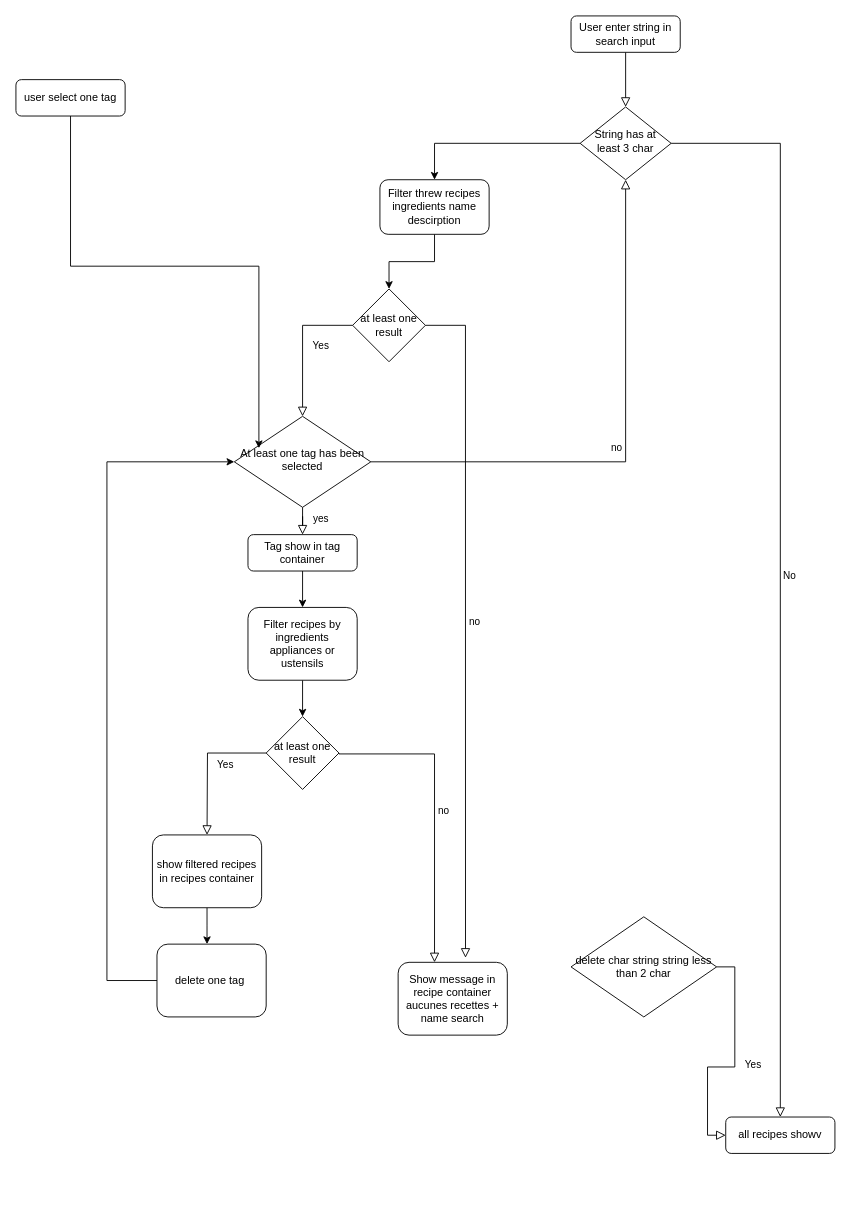
Above: algo.drawio in alexandretoullec/Petits_Plats_P7 (draw.io), before the change. Source tidied: cells renumbered, new cells numbered last; positions are measured from the earlier drawing's top-left corner, leaving out a move shared by most shapes. Both pictures are drawn from the tidied source at 91%, with x=0, y=0 at pixel (15, 15).
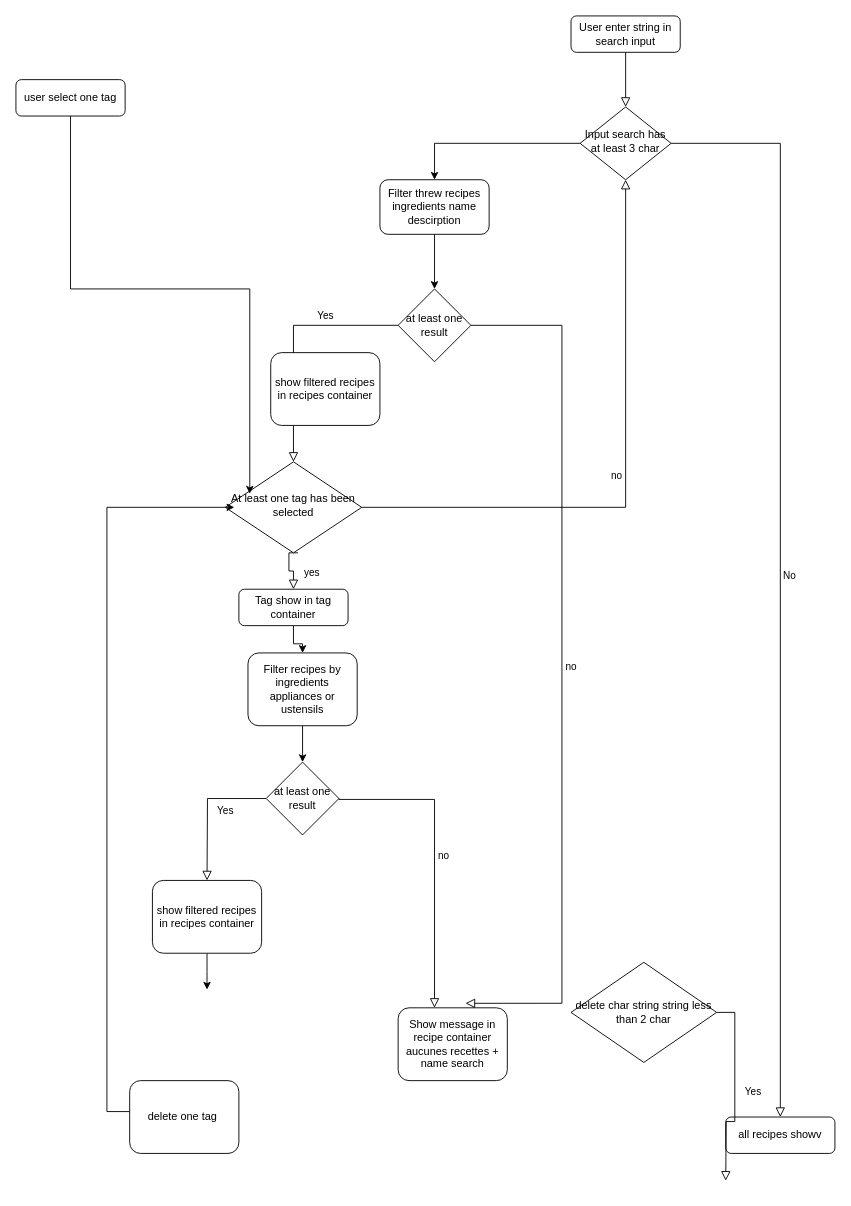
Above is the later version.

Commit message (it also covers changes not shown here):
Mettre à jour algo.drawio

The change refers to these unchanged cells:
```xml
<mxCell id="7" value="all recipes showv" style="rounded=1;whiteSpace=wrap;html=1;fontSize=12;glass=0;strokeWidth=1;shadow=0;" parent="1" vertex="1">
  <mxGeometry x="780" y="1210" width="120" height="40" as="geometry" />
</mxCell>
```

Diff of the diagram source:
```diff
@@
-    <mxCell id="6" value="String has at least 3 char" style="rhombus;whiteSpace=wrap;html=1;shadow=0;fontFamily=Helvetica;fontSize=12;align=center;strokeWidth=1;spacing=6;spacingTop=-4;" parent="1" vertex="1">
+    <mxCell id="6" value="Input search has at least 3 char" style="rhombus;whiteSpace=wrap;html=1;shadow=0;fontFamily=Helvetica;fontSize=12;align=center;strokeWidth=1;spacing=6;spacingTop=-4;" parent="1" vertex="1">
       <mxGeometry x="620" y="100" width="100" height="80" as="geometry" />
     </mxCell>
@@
-    <mxCell id="8" value="yes" style="rounded=0;html=1;jettySize=auto;fontSize=11;endArrow=block;endFill=0;endSize=8;strokeWidth=1;shadow=0;labelBackgroundColor=none;edgeStyle=orthogonalEdgeStyle;" parent="1" edge="1" source="10" target="12">
-      <mxGeometry x="0.33" y="20" relative="1" as="geometry" />
+    <mxCell id="8" value="yes" style="rounded=0;html=1;jettySize=auto;fontSize=11;endArrow=block;endFill=0;endSize=8;strokeWidth=1;shadow=0;labelBackgroundColor=none;edgeStyle=orthogonalEdgeStyle;exitX=0.533;exitY=1;exitDx=0;exitDy=0;exitPerimeter=0;" parent="1" edge="1" source="10" target="12">
+      <mxGeometry x="0.33" y="20" relative="1" as="geometry">
+        <Array as="points">
+          <mxPoint x="300" y="590" />
+          <mxPoint x="300" y="610" />
+          <mxPoint x="305" y="610" />
+        </Array>
+      </mxGeometry>
     </mxCell>
@@
     <mxCell id="10" value="At least one tag has been selected" style="rhombus;whiteSpace=wrap;html=1;shadow=0;fontFamily=Helvetica;fontSize=12;align=center;strokeWidth=1;spacing=6;spacingTop=-4;" parent="1" vertex="1">
-      <mxGeometry x="240" y="440" width="150" height="100" as="geometry" />
+      <mxGeometry x="230" y="490" width="150" height="100" as="geometry" />
     </mxCell>
@@
     <mxCell id="12" value="Tag show in tag container" style="rounded=1;whiteSpace=wrap;html=1;fontSize=12;glass=0;strokeWidth=1;shadow=0;" parent="1" vertex="1">
-      <mxGeometry x="255" y="570" width="120" height="40" as="geometry" />
+      <mxGeometry x="245" y="630" width="120" height="40" as="geometry" />
     </mxCell>
@@
     <mxCell id="16" value="Filter recipes by ingredients appliances or ustensils" style="rounded=1;whiteSpace=wrap;html=1;fontSize=12;glass=0;strokeWidth=1;shadow=0;" parent="1" vertex="1">
-      <mxGeometry x="255" y="650" width="120" height="80" as="geometry" />
+      <mxGeometry x="255" y="700" width="120" height="80" as="geometry" />
     </mxCell>
     <mxCell id="17" value="at least one result" style="rhombus;whiteSpace=wrap;html=1;" parent="1" vertex="1">
-      <mxGeometry x="275" y="770" width="80" height="80" as="geometry" />
+      <mxGeometry x="275" y="820" width="80" height="80" as="geometry" />
     </mxCell>
     <mxCell id="18" value="Yes" style="rounded=0;html=1;jettySize=auto;fontSize=11;endArrow=block;endFill=0;endSize=8;strokeWidth=1;shadow=0;labelBackgroundColor=none;edgeStyle=orthogonalEdgeStyle;" parent="1" edge="1" source="17">
       <mxGeometry y="20" relative="1" as="geometry">
-        <mxPoint x="210" y="900" as="targetPoint" />
+        <mxPoint x="210" y="950" as="targetPoint" />
       </mxGeometry>
     </mxCell>
     <mxCell id="19" style="edgeStyle=orthogonalEdgeStyle;rounded=0;jettySize=auto;html=1;" parent="1" edge="1" source="20">
       <mxGeometry relative="1" as="geometry">
-        <mxPoint x="210" y="1020" as="targetPoint" />
+        <mxPoint x="210" y="1070" as="targetPoint" />
       </mxGeometry>
     </mxCell>
     <mxCell id="20" value="show filtered recipes in recipes container" style="rounded=1;whiteSpace=wrap;html=1;fontSize=12;glass=0;strokeWidth=1;shadow=0;" parent="1" vertex="1">
-      <mxGeometry x="150" y="900" width="120" height="80" as="geometry" />
+      <mxGeometry x="150" y="950" width="120" height="80" as="geometry" />
     </mxCell>
-    <mxCell id="21" style="edgeStyle=orthogonalEdgeStyle;rounded=0;jettySize=auto;html=1;entryX=0;entryY=0.5;entryDx=0;entryDy=0;" parent="1" edge="1" source="22" target="10">
+    <mxCell id="21" style="edgeStyle=orthogonalEdgeStyle;rounded=0;jettySize=auto;html=1;entryX=0;entryY=0.5;entryDx=0;entryDy=0;exitX=0.017;exitY=0.425;exitDx=0;exitDy=0;exitPerimeter=0;" parent="1" edge="1" source="22">
       <mxGeometry relative="1" as="geometry">
+        <mxPoint x="240" y="540" as="targetPoint" />
         <Array as="points">
-          <mxPoint x="100" y="1060" />
-          <mxPoint x="100" y="490" />
+          <mxPoint x="100" y="1204" />
+          <mxPoint x="100" y="540" />
         </Array>
       </mxGeometry>
     </mxCell>
     <mxCell id="22" value="delete one tag&amp;nbsp;" style="rounded=1;whiteSpace=wrap;html=1;fontSize=12;glass=0;strokeWidth=1;shadow=0;" parent="1" vertex="1">
-      <mxGeometry x="155" y="1020" width="120" height="80" as="geometry" />
+      <mxGeometry x="125" y="1170" width="120" height="80" as="geometry" />
     </mxCell>
     <mxCell id="23" value="no" style="edgeStyle=orthogonalEdgeStyle;rounded=0;html=1;jettySize=auto;fontSize=11;endArrow=block;endFill=0;endSize=8;strokeWidth=1;shadow=0;labelBackgroundColor=none;" parent="1" edge="1" target="24">
       <mxGeometry y="10" relative="1" as="geometry">
-        <mxPoint x="355" y="810" as="sourcePoint" />
+        <mxPoint x="355" y="860" as="sourcePoint" />
         <Array as="points">
-          <mxPoint x="355" y="811" />
-          <mxPoint x="460" y="811" />
+          <mxPoint x="355" y="861" />
+          <mxPoint x="460" y="861" />
         </Array>
       </mxGeometry>
     </mxCell>
     <mxCell id="24" value="Show message in recipe container aucunes recettes + name search" style="rounded=1;whiteSpace=wrap;html=1;fontSize=12;glass=0;strokeWidth=1;shadow=0;" parent="1" vertex="1">
-      <mxGeometry x="420" y="1040" width="120" height="80" as="geometry" />
+      <mxGeometry x="420" y="1090" width="120" height="80" as="geometry" />
     </mxCell>
     <mxCell id="25" value="delete char string string less than 2 char" style="rhombus;whiteSpace=wrap;html=1;" parent="1" vertex="1">
-      <mxGeometry x="610" y="990" width="160" height="110" as="geometry" />
+      <mxGeometry x="610" y="1040" width="160" height="110" as="geometry" />
     </mxCell>
-    <mxCell id="26" value="Yes" style="rounded=0;html=1;jettySize=auto;fontSize=11;endArrow=block;endFill=0;endSize=8;strokeWidth=1;shadow=0;labelBackgroundColor=none;edgeStyle=orthogonalEdgeStyle;exitX=1;exitY=0.5;exitDx=0;exitDy=0;entryX=0;entryY=0.5;entryDx=0;entryDy=0;" parent="1" edge="1" source="25" target="7">
-      <mxGeometry y="20" relative="1" as="geometry" />
+    <mxCell id="26" value="Yes" style="rounded=0;html=1;jettySize=auto;fontSize=11;endArrow=block;endFill=0;endSize=8;strokeWidth=1;shadow=0;labelBackgroundColor=none;edgeStyle=orthogonalEdgeStyle;exitX=1;exitY=0.5;exitDx=0;exitDy=0;entryX=0;entryY=0.5;entryDx=0;entryDy=0;" parent="1" edge="1" source="25">
+      <mxGeometry y="20" relative="1" as="geometry">
+        <mxPoint x="780" y="1280" as="targetPoint" />
+      </mxGeometry>
     </mxCell>
@@
     <mxCell id="29" value="at least one result" style="rhombus;whiteSpace=wrap;html=1;" parent="1" vertex="1">
-      <mxGeometry x="370" y="300" width="80" height="80" as="geometry" />
+      <mxGeometry x="420" y="300" width="80" height="80" as="geometry" />
     </mxCell>
     <mxCell id="30" value="Yes" style="rounded=0;html=1;jettySize=auto;fontSize=11;endArrow=block;endFill=0;endSize=8;strokeWidth=1;shadow=0;labelBackgroundColor=none;edgeStyle=orthogonalEdgeStyle;entryX=0.5;entryY=0;entryDx=0;entryDy=0;exitX=0;exitY=0.5;exitDx=0;exitDy=0;" parent="1" edge="1" source="29" target="10">
-      <mxGeometry y="20" relative="1" as="geometry" />
+      <mxGeometry x="-0.4" y="-10" relative="1" as="geometry" />
     </mxCell>
     <mxCell id="31" value="no" style="edgeStyle=orthogonalEdgeStyle;rounded=0;html=1;jettySize=auto;fontSize=11;endArrow=block;endFill=0;endSize=8;strokeWidth=1;shadow=0;labelBackgroundColor=none;exitX=1;exitY=0.5;exitDx=0;exitDy=0;entryX=0.617;entryY=-0.062;entryDx=0;entryDy=0;entryPerimeter=0;" parent="1" edge="1" source="29" target="24">
-      <mxGeometry y="10" relative="1" as="geometry" />
+      <mxGeometry y="10" relative="1" as="geometry">
+        <Array as="points">
+          <mxPoint x="600" y="340" />
+          <mxPoint x="600" y="1085" />
+        </Array>
+      </mxGeometry>
     </mxCell>
+    <mxCell id="32" value="show filtered recipes in recipes container" style="rounded=1;whiteSpace=wrap;html=1;fontSize=12;glass=0;strokeWidth=1;shadow=0;" parent="1" vertex="1">
+      <mxGeometry x="280" y="370" width="120" height="80" as="geometry" />
+    </mxCell>
```
